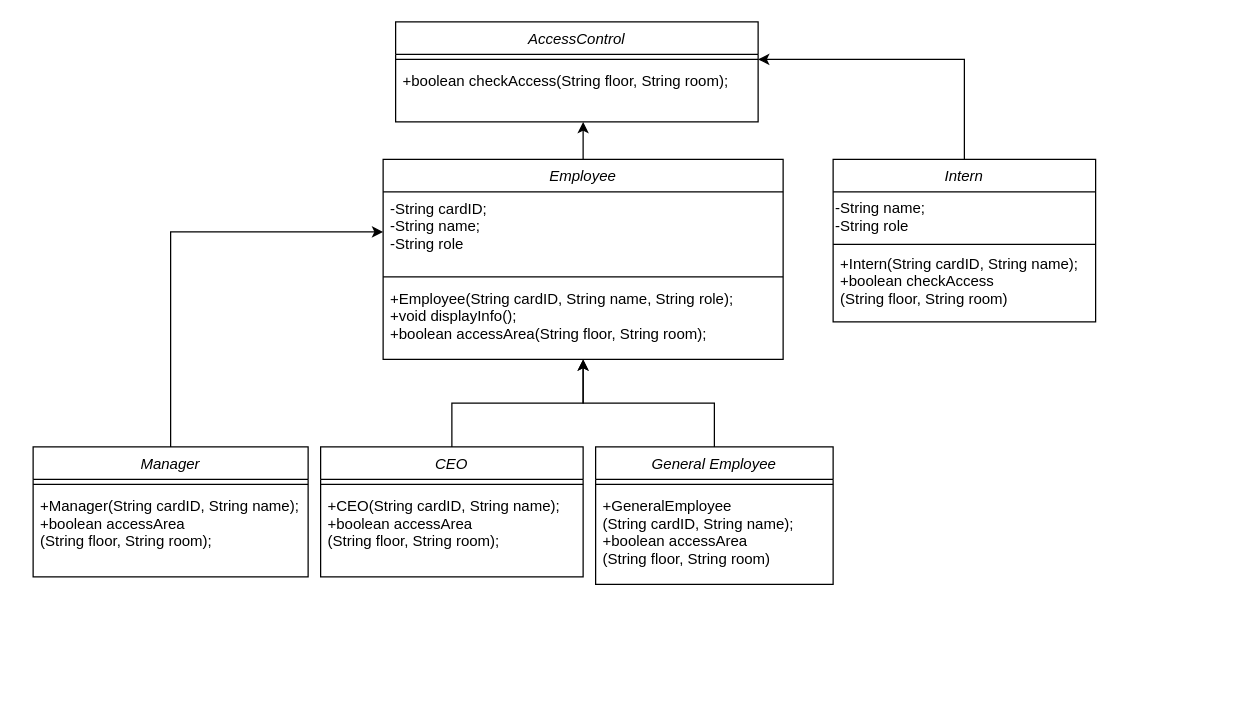
This is Untitled Diagram.drawio from pin-nattharin/DII-GEN6-CompoundSEC, a draw.io file, before an edit. Source tidied: cells renumbered, new cells numbered last; positions are measured from the earlier drawing's top-left corner, leaving out a move shared by most shapes. Both pictures are drawn from the tidied source at 125%, with x=0, y=0 at pixel (32, 21).
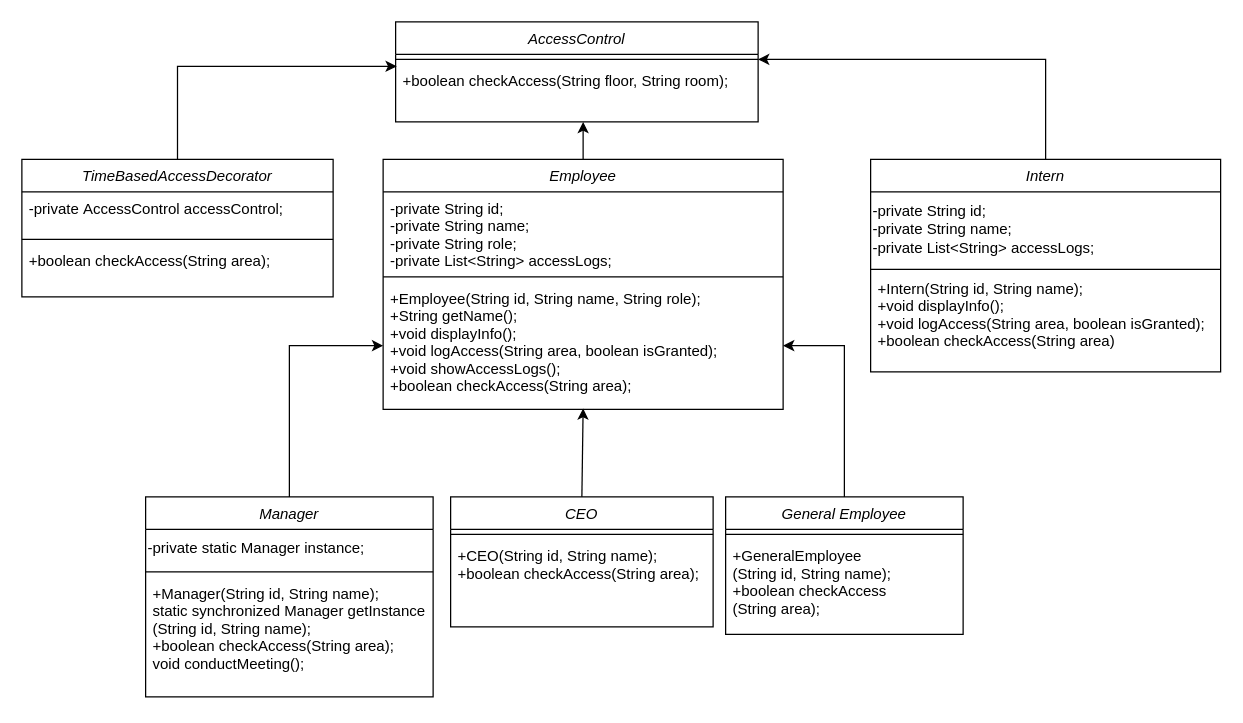
After the change.

Unchanged cells that the change refers to:
```xml
<mxCell id="22" style="line;html=1;strokeWidth=1;align=left;verticalAlign=middle;spacingTop=-1;spacingLeft=3;spacingRight=3;labelPosition=right;points=[];portConstraint=eastwest;" parent="21" vertex="1">
  <mxGeometry y="26" width="290" height="8" as="geometry" />
</mxCell>
<mxCell id="23" value="+boolean checkAccess(String floor, String room);" style="text;align=left;verticalAlign=top;spacingLeft=4;spacingRight=4;overflow=hidden;points=[[0,0.5],[1,0.5]];portConstraint=eastwest;" parent="21" vertex="1">
  <mxGeometry y="34" width="290" height="40" as="geometry" />
</mxCell>
```

Diff of the diagram source:
```diff
@@
     <mxCell id="3" value="Employee" style="swimlane;fontStyle=2;align=center;verticalAlign=top;horizontal=1;startSize=26;rounded=0;shadow=0;strokeWidth=1;" parent="1" vertex="1">
-      <mxGeometry x="280" y="110" width="320" height="160" as="geometry" />
+      <mxGeometry x="280" y="110" width="320" height="200" as="geometry" />
     </mxCell>
-    <mxCell id="4" value="-String cardID;&#10;-String name;&#10;-String role" style="text;align=left;verticalAlign=top;spacingLeft=4;spacingRight=4;overflow=hidden;points=[[0,0.5],[1,0.5]];portConstraint=eastwest;rounded=0;shadow=0;html=0;" parent="3" vertex="1">
+    <mxCell id="4" value="-private String id;&#10;-private String name;&#10;-private String role;&#10;-private List&lt;String&gt; accessLogs;" style="text;align=left;verticalAlign=top;spacingLeft=4;spacingRight=4;overflow=hidden;points=[[0,0.5],[1,0.5]];portConstraint=eastwest;rounded=0;shadow=0;html=0;" parent="3" vertex="1">
       <mxGeometry y="26" width="320" height="64" as="geometry" />
     </mxCell>
@@
-    <mxCell id="6" value="+Employee(String cardID, String name, String role);&#10;+void displayInfo();&#10;+boolean accessArea(String floor, String room);" style="text;align=left;verticalAlign=top;spacingLeft=4;spacingRight=4;overflow=hidden;points=[[0,0.5],[1,0.5]];portConstraint=eastwest;" parent="3" vertex="1">
-      <mxGeometry y="98" width="320" height="62" as="geometry" />
+    <mxCell id="6" value="+Employee(String id, String name, String role);&#10;+String getName();&#10;+void displayInfo();&#10;+void logAccess(String area, boolean isGranted);&#10;+void showAccessLogs();&#10;+boolean checkAccess(String area);" style="text;align=left;verticalAlign=top;spacingLeft=4;spacingRight=4;overflow=hidden;points=[[0,0.5],[1,0.5]];portConstraint=eastwest;" parent="3" vertex="1">
+      <mxGeometry y="98" width="320" height="102" as="geometry" />
     </mxCell>
-    <mxCell id="7" style="edgeStyle=orthogonalEdgeStyle;rounded=0;jettySize=auto;html=1;entryX=0;entryY=0.5;entryDx=0;entryDy=0;" parent="1" edge="1" source="8" target="4">
-      <mxGeometry relative="1" as="geometry" />
-    </mxCell>
+    <mxCell id="27" style="edgeStyle=orthogonalEdgeStyle;rounded=0;jettySize=auto;html=1;entryX=0;entryY=0.5;entryDx=0;entryDy=0;" parent="1" edge="1" source="8" target="6">
+      <mxGeometry relative="1" as="geometry" />
+    </mxCell>
     <mxCell id="8" value="Manager" style="swimlane;fontStyle=2;align=center;verticalAlign=top;horizontal=1;startSize=26;rounded=0;shadow=0;strokeWidth=1;" parent="1" vertex="1">
-      <mxGeometry y="340" width="220" height="104" as="geometry" />
+      <mxGeometry x="90" y="380" width="230" height="160" as="geometry" />
     </mxCell>
+    <mxCell id="28" value="-private static Manager instance;" style="text;html=1;align=left;verticalAlign=middle;strokeColor=none;fillColor=none;" parent="8" vertex="1">
+      <mxGeometry y="26" width="230" height="30" as="geometry" />
+    </mxCell>
     <mxCell id="9" style="line;html=1;strokeWidth=1;align=left;verticalAlign=middle;spacingTop=-1;spacingLeft=3;spacingRight=3;labelPosition=right;" parent="8" vertex="1">
-      <mxGeometry y="26" width="220" height="8" as="geometry" />
+      <mxGeometry y="56" width="230" height="8" as="geometry" />
     </mxCell>
-    <mxCell id="10" value="+Manager(String cardID, String name);&#10;+boolean accessArea&#10;(String floor, String room);" style="text;align=left;verticalAlign=top;spacingLeft=4;spacingRight=4;overflow=hidden;" parent="8" vertex="1">
-      <mxGeometry y="34" width="220" height="60" as="geometry" />
+    <mxCell id="10" value="+Manager(String id, String name);&#10;static synchronized Manager getInstance&#10;(String id, String name);&#10;+boolean checkAccess(String area);&#10;void conductMeeting();" style="text;align=left;verticalAlign=top;spacingLeft=4;spacingRight=4;overflow=hidden;" parent="8" vertex="1">
+      <mxGeometry y="64" width="230" height="96" as="geometry" />
     </mxCell>
     <mxCell id="11" value="CEO" style="swimlane;fontStyle=2;align=center;verticalAlign=top;horizontal=1;startSize=26;rounded=0;shadow=0;strokeWidth=1;" parent="1" vertex="1">
-      <mxGeometry x="230" y="340" width="210" height="104" as="geometry" />
+      <mxGeometry x="334" y="380" width="210" height="104" as="geometry" />
     </mxCell>
@@
-    <mxCell id="13" value="+CEO(String cardID, String name);&#10;+boolean accessArea&#10;(String floor, String room);" style="text;align=left;verticalAlign=top;spacingLeft=4;spacingRight=4;overflow=hidden;" parent="11" vertex="1">
+    <mxCell id="13" value="+CEO(String id, String name);&#10;+boolean checkAccess(String area);" style="text;align=left;verticalAlign=top;spacingLeft=4;spacingRight=4;overflow=hidden;" parent="11" vertex="1">
       <mxGeometry y="34" width="210" height="60" as="geometry" />
     </mxCell>
     <mxCell id="14" value="Intern" style="swimlane;fontStyle=2;align=center;verticalAlign=top;horizontal=1;startSize=26;rounded=0;shadow=0;strokeWidth=1;" parent="1" vertex="1">
-      <mxGeometry x="640" y="110" width="210" height="130" as="geometry" />
+      <mxGeometry x="670" y="110" width="280" height="170" as="geometry" />
     </mxCell>
-    <mxCell id="15" value="-String name;&lt;div&gt;-String role&lt;/div&gt;" style="text;html=1;align=left;verticalAlign=middle;strokeColor=none;fillColor=none;" parent="14" vertex="1">
-      <mxGeometry y="26" width="210" height="40" as="geometry" />
-    </mxCell>
+    <mxCell id="29" value="-private String id;&lt;div&gt;-private String name;&lt;/div&gt;&lt;div&gt;-private List&amp;lt;String&amp;gt; accessLogs;&lt;/div&gt;" style="text;html=1;align=left;verticalAlign=middle;strokeColor=none;fillColor=none;" parent="14" vertex="1">
+      <mxGeometry y="26" width="280" height="60" as="geometry" />
+    </mxCell>
     <mxCell id="16" style="line;html=1;strokeWidth=1;align=left;verticalAlign=middle;spacingTop=-1;spacingLeft=3;spacingRight=3;labelPosition=right;" parent="14" vertex="1">
-      <mxGeometry y="66" width="210" height="4" as="geometry" />
+      <mxGeometry y="86" width="280" height="4" as="geometry" />
     </mxCell>
-    <mxCell id="17" value="+Intern(String cardID, String name);&#10;+boolean checkAccess&#10;(String floor, String room)" style="text;align=left;verticalAlign=top;spacingLeft=4;spacingRight=4;overflow=hidden;" parent="14" vertex="1">
-      <mxGeometry y="70" width="210" height="60" as="geometry" />
+    <mxCell id="17" value="+Intern(String id, String name);&#10;+void displayInfo();&#10;+void logAccess(String area, boolean isGranted);&#10;+boolean checkAccess(String area)" style="text;align=left;verticalAlign=top;spacingLeft=4;spacingRight=4;overflow=hidden;" parent="14" vertex="1">
+      <mxGeometry y="90" width="280" height="70" as="geometry" />
     </mxCell>
+    <mxCell id="25" style="edgeStyle=orthogonalEdgeStyle;rounded=0;jettySize=auto;html=1;entryX=1;entryY=0.5;entryDx=0;entryDy=0;" parent="1" edge="1" source="18" target="6">
+      <mxGeometry relative="1" as="geometry" />
+    </mxCell>
     <mxCell id="18" value="General Employee" style="swimlane;fontStyle=2;align=center;verticalAlign=top;horizontal=1;startSize=26;rounded=0;shadow=0;strokeWidth=1;" parent="1" vertex="1">
-      <mxGeometry x="450" y="340" width="190" height="110" as="geometry" />
+      <mxGeometry x="554" y="380" width="190" height="110" as="geometry" />
     </mxCell>
@@
-    <mxCell id="20" value="+GeneralEmployee&#10;(String cardID, String name);&#10;+boolean accessArea&#10;(String floor, String room)" style="text;align=left;verticalAlign=top;spacingLeft=4;spacingRight=4;overflow=hidden;" parent="18" vertex="1">
+    <mxCell id="20" value="+GeneralEmployee&#10;(String id, String name);&#10;+boolean checkAccess&#10;(String area);" style="text;align=left;verticalAlign=top;spacingLeft=4;spacingRight=4;overflow=hidden;" parent="18" vertex="1">
       <mxGeometry y="34" width="190" height="76" as="geometry" />
     </mxCell>
@@
+    <mxCell id="26" style="edgeStyle=orthogonalEdgeStyle;rounded=0;jettySize=auto;html=1;entryX=1;entryY=0.5;entryDx=0;entryDy=0;entryPerimeter=0;" parent="1" edge="1" source="14" target="22">
+      <mxGeometry relative="1" as="geometry" />
+    </mxCell>
+    <mxCell id="30" value="TimeBasedAccessDecorator" style="swimlane;fontStyle=2;align=center;verticalAlign=top;horizontal=1;startSize=26;rounded=0;shadow=0;strokeWidth=1;" parent="1" vertex="1">
+      <mxGeometry x="-9" y="110" width="249" height="110" as="geometry" />
+    </mxCell>
+    <mxCell id="31" value="-private AccessControl accessControl;" style="text;align=left;verticalAlign=top;spacingLeft=4;spacingRight=4;overflow=hidden;rounded=0;shadow=0;html=0;" parent="30" vertex="1">
+      <mxGeometry y="26" width="249" height="34" as="geometry" />
+    </mxCell>
+    <mxCell id="32" style="line;html=1;strokeWidth=1;align=left;verticalAlign=middle;spacingTop=-1;spacingLeft=3;spacingRight=3;labelPosition=right;" parent="30" vertex="1">
+      <mxGeometry y="60" width="249" height="8" as="geometry" />
+    </mxCell>
+    <mxCell id="33" value="+boolean checkAccess(String area);" style="text;align=left;verticalAlign=top;spacingLeft=4;spacingRight=4;overflow=hidden;" parent="30" vertex="1">
+      <mxGeometry y="68" width="249" height="42" as="geometry" />
+    </mxCell>
+    <mxCell id="34" style="edgeStyle=orthogonalEdgeStyle;rounded=0;jettySize=auto;html=1;entryX=0.003;entryY=0.039;entryDx=0;entryDy=0;entryPerimeter=0;" parent="1" edge="1" source="30" target="23">
+      <mxGeometry relative="1" as="geometry" />
+    </mxCell>
-    <mxCell id="24" style="edgeStyle=orthogonalEdgeStyle;rounded=0;jettySize=auto;html=1;entryX=0.5;entryY=1;entryDx=0;entryDy=0;entryPerimeter=0;" parent="1" edge="1" source="11" target="6">
+    <mxCell id="24" style="endArrow=classic;html=1;rounded=0;exitX=0.5;exitY=0;exitDx=0;exitDy=0;entryX=0.5;entryY=0.993;entryDx=0;entryDy=0;entryPerimeter=0;" parent="1" edge="1" source="11" target="6">
       <mxGeometry relative="1" as="geometry" />
     </mxCell>
-    <mxCell id="25" style="edgeStyle=orthogonalEdgeStyle;rounded=0;jettySize=auto;html=1;entryX=0.5;entryY=1;entryDx=0;entryDy=0;entryPerimeter=0;" parent="1" edge="1" source="18" target="6">
-      <mxGeometry relative="1" as="geometry" />
-    </mxCell>
-    <mxCell id="26" style="edgeStyle=orthogonalEdgeStyle;rounded=0;jettySize=auto;html=1;entryX=1;entryY=0.5;entryDx=0;entryDy=0;entryPerimeter=0;" parent="1" edge="1" source="14" target="22">
-      <mxGeometry relative="1" as="geometry" />
-    </mxCell>
```
